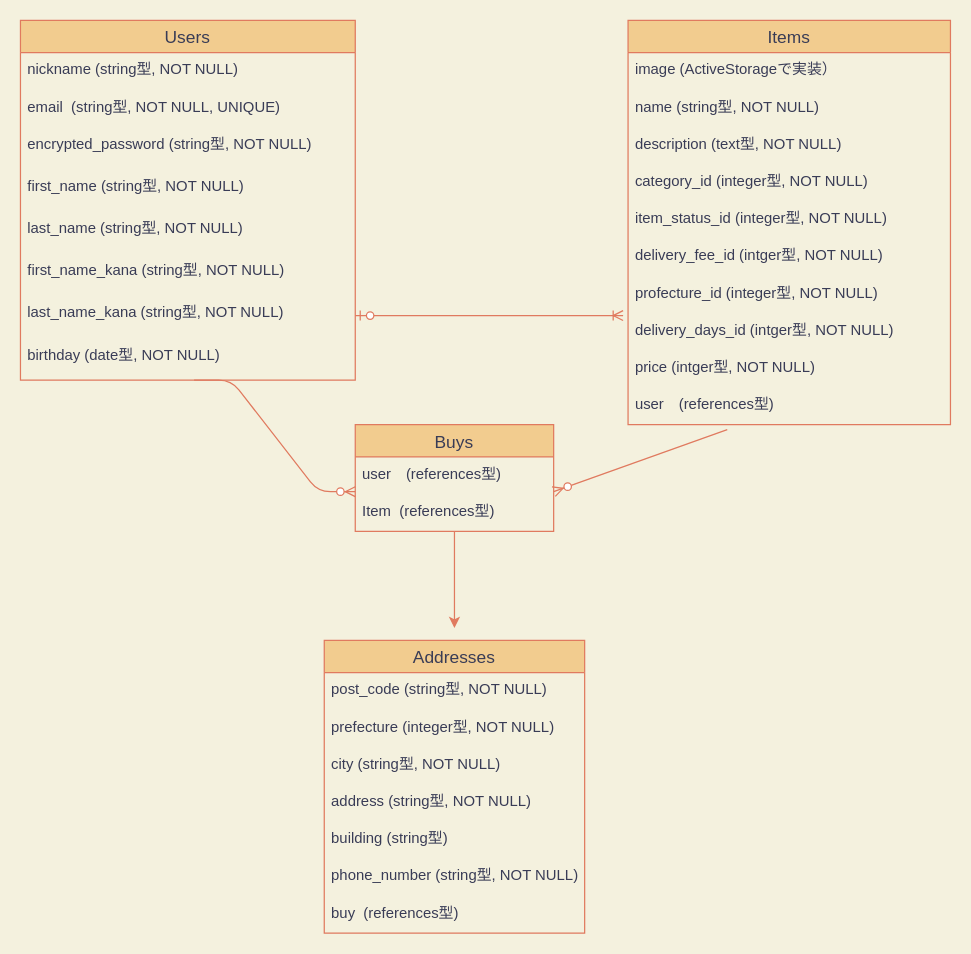
Before: test.dio in kaotyann/furima-35508, a draw.io diagram. Source tidied: cells renumbered, new cells numbered last; positions are measured from the earlier drawing's top-left corner, leaving out a move shared by most shapes. Both pictures are drawn from the tidied source at 124%, with x=0, y=0 at pixel (20, 20).
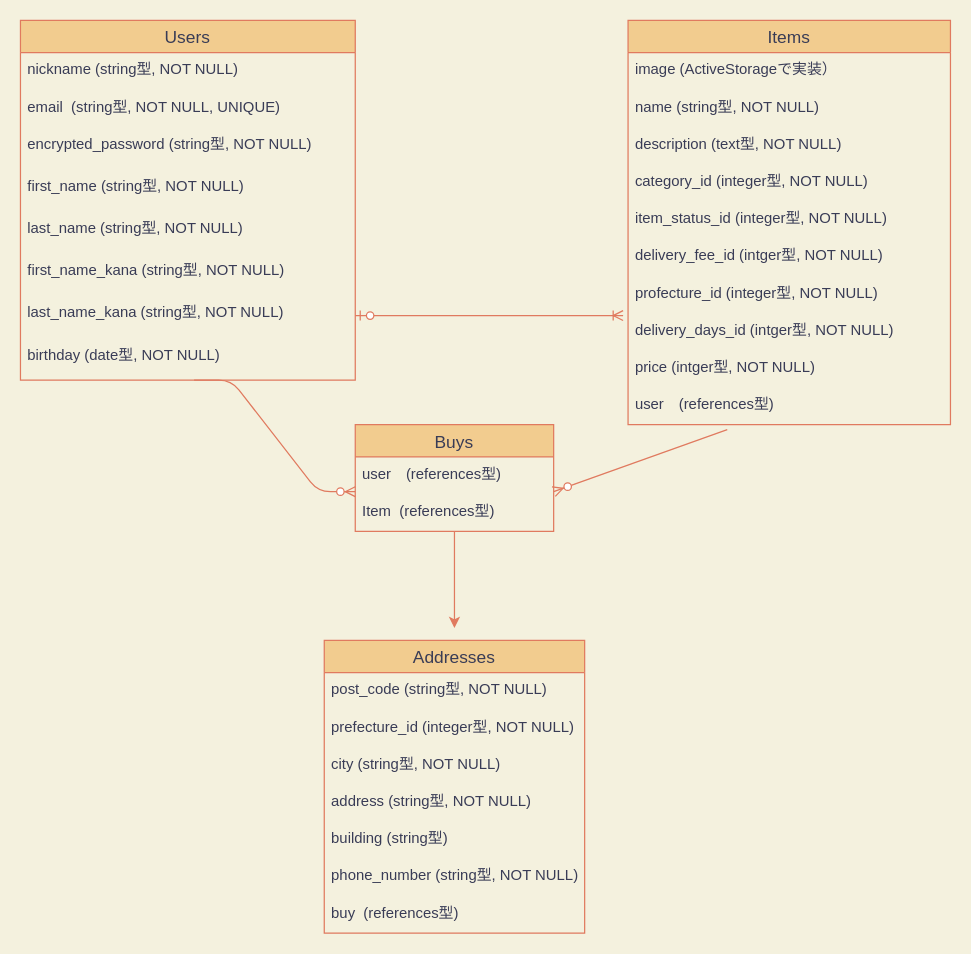
After the change.

Unchanged cells that the change refers to:
```xml
<mxCell id="2" value="Addresses" style="swimlane;fontStyle=0;horizontal=1;startSize=26;align=center;fontSize=14;fillColor=#F2CC8F;strokeColor=#E07A5F;fontColor=#393C56;" parent="1" vertex="1">
  <mxGeometry x="245" y="500" width="210" height="236" as="geometry" />
</mxCell>
```

The edit, as a diff of the source:
```diff
@@
-    <mxCell id="4" value="prefecture (integer型, NOT NULL)" style="text;strokeColor=none;fillColor=none;spacingLeft=4;spacingRight=4;overflow=hidden;fontSize=12;fontColor=#393C56;" parent="2" vertex="1">
+    <mxCell id="4" value="prefecture_id (integer型, NOT NULL)" style="text;strokeColor=none;fillColor=none;spacingLeft=4;spacingRight=4;overflow=hidden;fontSize=12;fontColor=#393C56;" parent="2" vertex="1">
       <mxGeometry y="56" width="210" height="30" as="geometry" />
     </mxCell>
```
